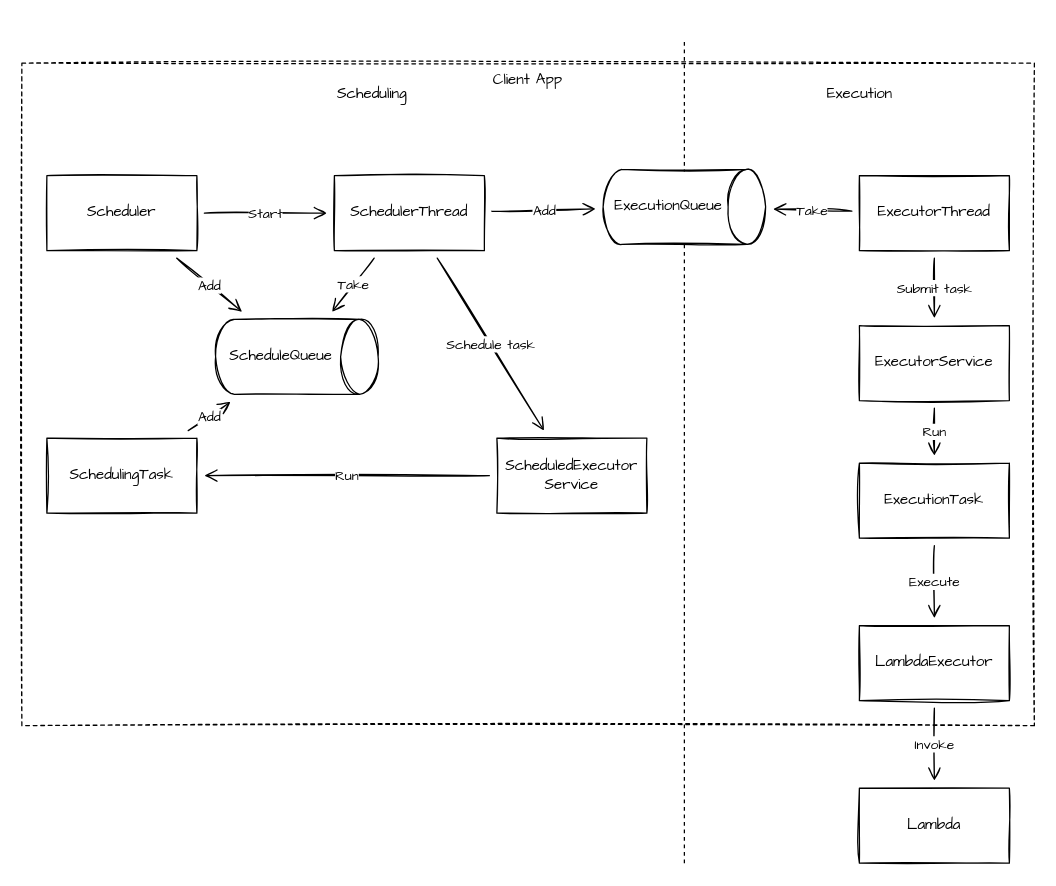
zatsepinvl/lambda-job-scheduler keeps this draw.io diagram as page "ImplArch" (3 of 3) of lambda-job-scheduler.drawio. Above is the earlier version. Source tidied: cells renumbered, new cells numbered last; positions are measured from the earlier drawing's top-left corner, leaving out a move shared by most shapes. Both pictures are drawn from the tidied source at 125%, with x=0, y=0 at pixel (21, 38).
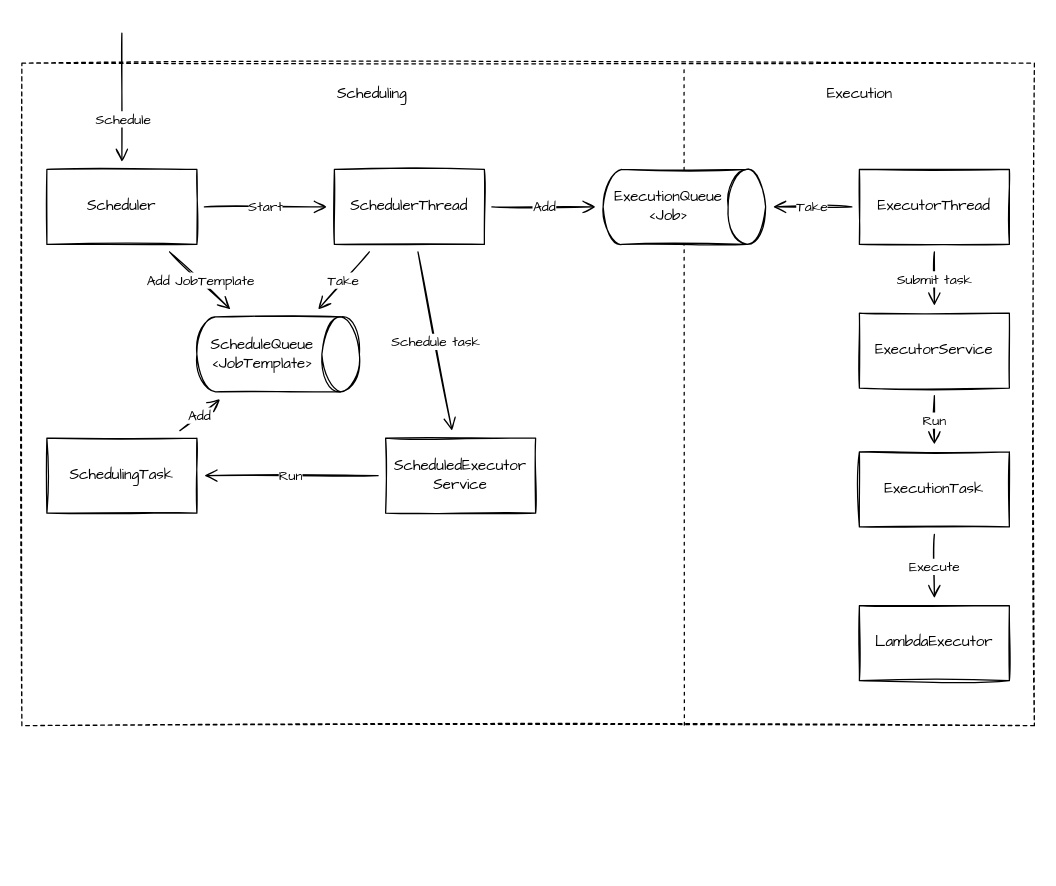
Above is the later version.

The edit, as a diff of the source:
```diff
@@
-    <mxCell id="2" value="Client App" style="rounded=0;whiteSpace=wrap;html=1;sketch=1;fontFamily=Comic Sans MS;verticalAlign=top;dashed=1;fillColor=none;" parent="1" vertex="1">
+    <mxCell id="2" style="rounded=0;whiteSpace=wrap;html=1;sketch=1;fontFamily=Comic Sans MS;verticalAlign=top;dashed=1;fillColor=none;" parent="1" vertex="1">
       <mxGeometry y="20" width="810" height="530" as="geometry" />
     </mxCell>
-    <mxCell id="3" style="endArrow=none;dashed=1;html=1;rounded=0;fontFamily=Comic Sans MS;" parent="1" edge="1">
+    <mxCell id="3" style="endArrow=none;dashed=1;html=1;rounded=0;fontFamily=Comic Sans MS;entryX=0.654;entryY=0.004;entryDx=0;entryDy=0;entryPerimeter=0;" parent="1" edge="1" target="2">
       <mxGeometry relative="1" as="geometry">
-        <mxPoint x="530" y="660" as="sourcePoint" />
-        <mxPoint x="530" as="targetPoint" />
+        <mxPoint x="530" y="550" as="sourcePoint" />
       </mxGeometry>
     </mxCell>
@@
     <mxCell id="6" value="ScheduledExecutor&lt;br&gt;Service" style="rounded=0;whiteSpace=wrap;html=1;sketch=1;fontFamily=Comic Sans MS;" parent="1" vertex="1">
-      <mxGeometry x="380" y="320" width="120" height="60" as="geometry" />
+      <mxGeometry x="291" y="320" width="120" height="60" as="geometry" />
     </mxCell>
     <mxCell id="7" value="SchedulerThread" style="rounded=0;whiteSpace=wrap;html=1;sketch=1;fontFamily=Comic Sans MS;" parent="1" vertex="1">
-      <mxGeometry x="250" y="110" width="120" height="60" as="geometry" />
+      <mxGeometry x="250" y="105" width="120" height="60" as="geometry" />
     </mxCell>
     <mxCell id="8" value="ExecutorThread" style="rounded=0;whiteSpace=wrap;html=1;sketch=1;fontFamily=Comic Sans MS;" parent="1" vertex="1">
-      <mxGeometry x="670" y="110" width="120" height="60" as="geometry" />
+      <mxGeometry x="670" y="105" width="120" height="60" as="geometry" />
     </mxCell>
-    <mxCell id="9" value="ExecutionQueue" style="shape=cylinder3;whiteSpace=wrap;html=1;boundedLbl=1;backgroundOutline=1;size=15;rotation=90;sketch=1;horizontal=0;fontFamily=Comic Sans MS;" parent="1" vertex="1">
+    <mxCell id="9" value="ExecutionQueue&lt;br&gt;&amp;lt;Job&amp;gt;" style="shape=cylinder3;whiteSpace=wrap;html=1;boundedLbl=1;backgroundOutline=1;size=15;rotation=90;sketch=1;horizontal=0;fontFamily=Comic Sans MS;" parent="1" vertex="1">
       <mxGeometry x="500" y="70" width="60" height="130" as="geometry" />
     </mxCell>
@@
-    <mxCell id="12" value="ScheduleQueue&lt;br&gt;" style="shape=cylinder3;whiteSpace=wrap;html=1;boundedLbl=1;backgroundOutline=1;size=15;rotation=90;sketch=1;horizontal=0;fontFamily=Comic Sans MS;" parent="1" vertex="1">
-      <mxGeometry x="190" y="190" width="60" height="130" as="geometry" />
+    <mxCell id="12" value="ScheduleQueue&lt;br&gt;&amp;lt;JobTemplate&amp;gt;" style="shape=cylinder3;whiteSpace=wrap;html=1;boundedLbl=1;backgroundOutline=1;size=15;rotation=90;sketch=1;horizontal=0;fontFamily=Comic Sans MS;" parent="1" vertex="1">
+      <mxGeometry x="175" y="188" width="60" height="130" as="geometry" />
     </mxCell>
@@
     <mxCell id="14" value="Scheduler" style="rounded=0;whiteSpace=wrap;html=1;sketch=1;fontFamily=Comic Sans MS;" parent="1" vertex="1">
-      <mxGeometry x="20" y="110" width="120" height="60" as="geometry" />
+      <mxGeometry x="20" y="105" width="120" height="60" as="geometry" />
     </mxCell>
-    <mxCell id="15" value="Add" style="edgeStyle=none;rounded=0;sketch=1;jettySize=auto;html=1;fontFamily=Comic Sans MS;endArrow=open;endFill=0;startSize=8;endSize=8;sourcePerimeterSpacing=6;targetPerimeterSpacing=6;" parent="1" edge="1" source="14" target="12">
+    <mxCell id="15" value="Add JobTemplate" style="edgeStyle=none;rounded=0;sketch=1;jettySize=auto;html=1;fontFamily=Comic Sans MS;endArrow=open;endFill=0;startSize=8;endSize=8;sourcePerimeterSpacing=6;targetPerimeterSpacing=6;" parent="1" edge="1" source="14" target="12">
       <mxGeometry relative="1" as="geometry" />
     </mxCell>
@@
     <mxCell id="21" value="ExecutorService" style="rounded=0;whiteSpace=wrap;html=1;sketch=1;fontFamily=Comic Sans MS;" parent="1" vertex="1">
-      <mxGeometry x="670" y="230" width="120" height="60" as="geometry" />
+      <mxGeometry x="670" y="220" width="120" height="60" as="geometry" />
     </mxCell>
     <mxCell id="22" value="LambdaExecutor" style="rounded=0;whiteSpace=wrap;html=1;sketch=1;fontFamily=Comic Sans MS;" parent="1" vertex="1">
-      <mxGeometry x="670" y="470" width="120" height="60" as="geometry" />
+      <mxGeometry x="670" y="454" width="120" height="60" as="geometry" />
     </mxCell>
@@
     <mxCell id="24" value="ExecutionTask" style="rounded=0;whiteSpace=wrap;html=1;sketch=1;fontFamily=Comic Sans MS;" parent="1" vertex="1">
-      <mxGeometry x="670" y="340" width="120" height="60" as="geometry" />
+      <mxGeometry x="670" y="331" width="120" height="60" as="geometry" />
     </mxCell>
@@
-    <mxCell id="27" value="Lambda" style="rounded=0;whiteSpace=wrap;html=1;sketch=1;fontFamily=Comic Sans MS;" parent="1" vertex="1">
-      <mxGeometry x="670" y="600" width="120" height="60" as="geometry" />
-    </mxCell>
-    <mxCell id="28" value="Invoke" style="edgeStyle=none;rounded=0;sketch=1;jettySize=auto;html=1;fontFamily=Comic Sans MS;endArrow=open;endFill=0;startSize=8;endSize=8;sourcePerimeterSpacing=6;targetPerimeterSpacing=6;" parent="1" edge="1" source="22" target="27">
-      <mxGeometry relative="1" as="geometry" />
-    </mxCell>
+    <mxCell id="29" value="Schedule" style="edgeStyle=none;rounded=0;sketch=1;jettySize=auto;html=1;fontFamily=Comic Sans MS;endArrow=open;endFill=0;startSize=8;endSize=8;sourcePerimeterSpacing=6;targetPerimeterSpacing=6;" parent="1" edge="1" target="14">
+      <mxGeometry x="0.34" y="1" relative="1" as="geometry">
+        <mxPoint x="80" y="-4" as="sourcePoint" />
+      </mxGeometry>
+    </mxCell>
```
